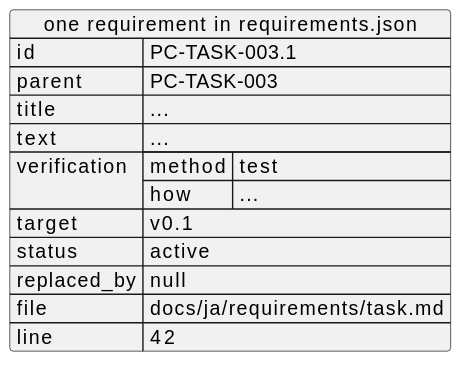
This is docs/ja/requirements/export-json.svg from cloveclovedev/cumin-trace, a PlantUML export, as it was before one commit. The source it was exported from:
```plantuml
@startuml
json "one requirement in requirements.json" as r {
  "id": "PC-TASK-003.1",
  "parent": "PC-TASK-003",
  "title": "...",
  "text": "...",
  "verification": {
    "method": "test",
    "how": "..."
  },
  "target": "v0.1",
  "status": "active",
  "replaced_by": null,
  "file": "docs/ja/requirements/task.md",
  "line": 42
}
@enduml
```
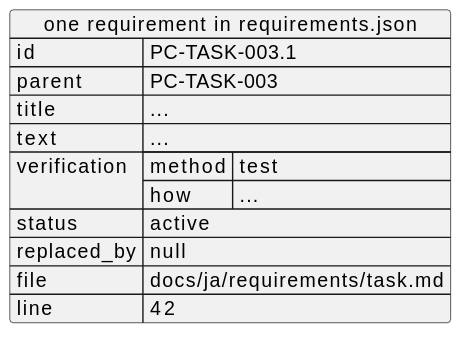
The same file after the commit.

Change to the diagram source:
```diff
@@ -8,7 +8,6 @@
     "method": "test",
     "how": "..."
   },
-  "target": "v0.1",
   "status": "active",
   "replaced_by": null,
   "file": "docs/ja/requirements/task.md",
```
